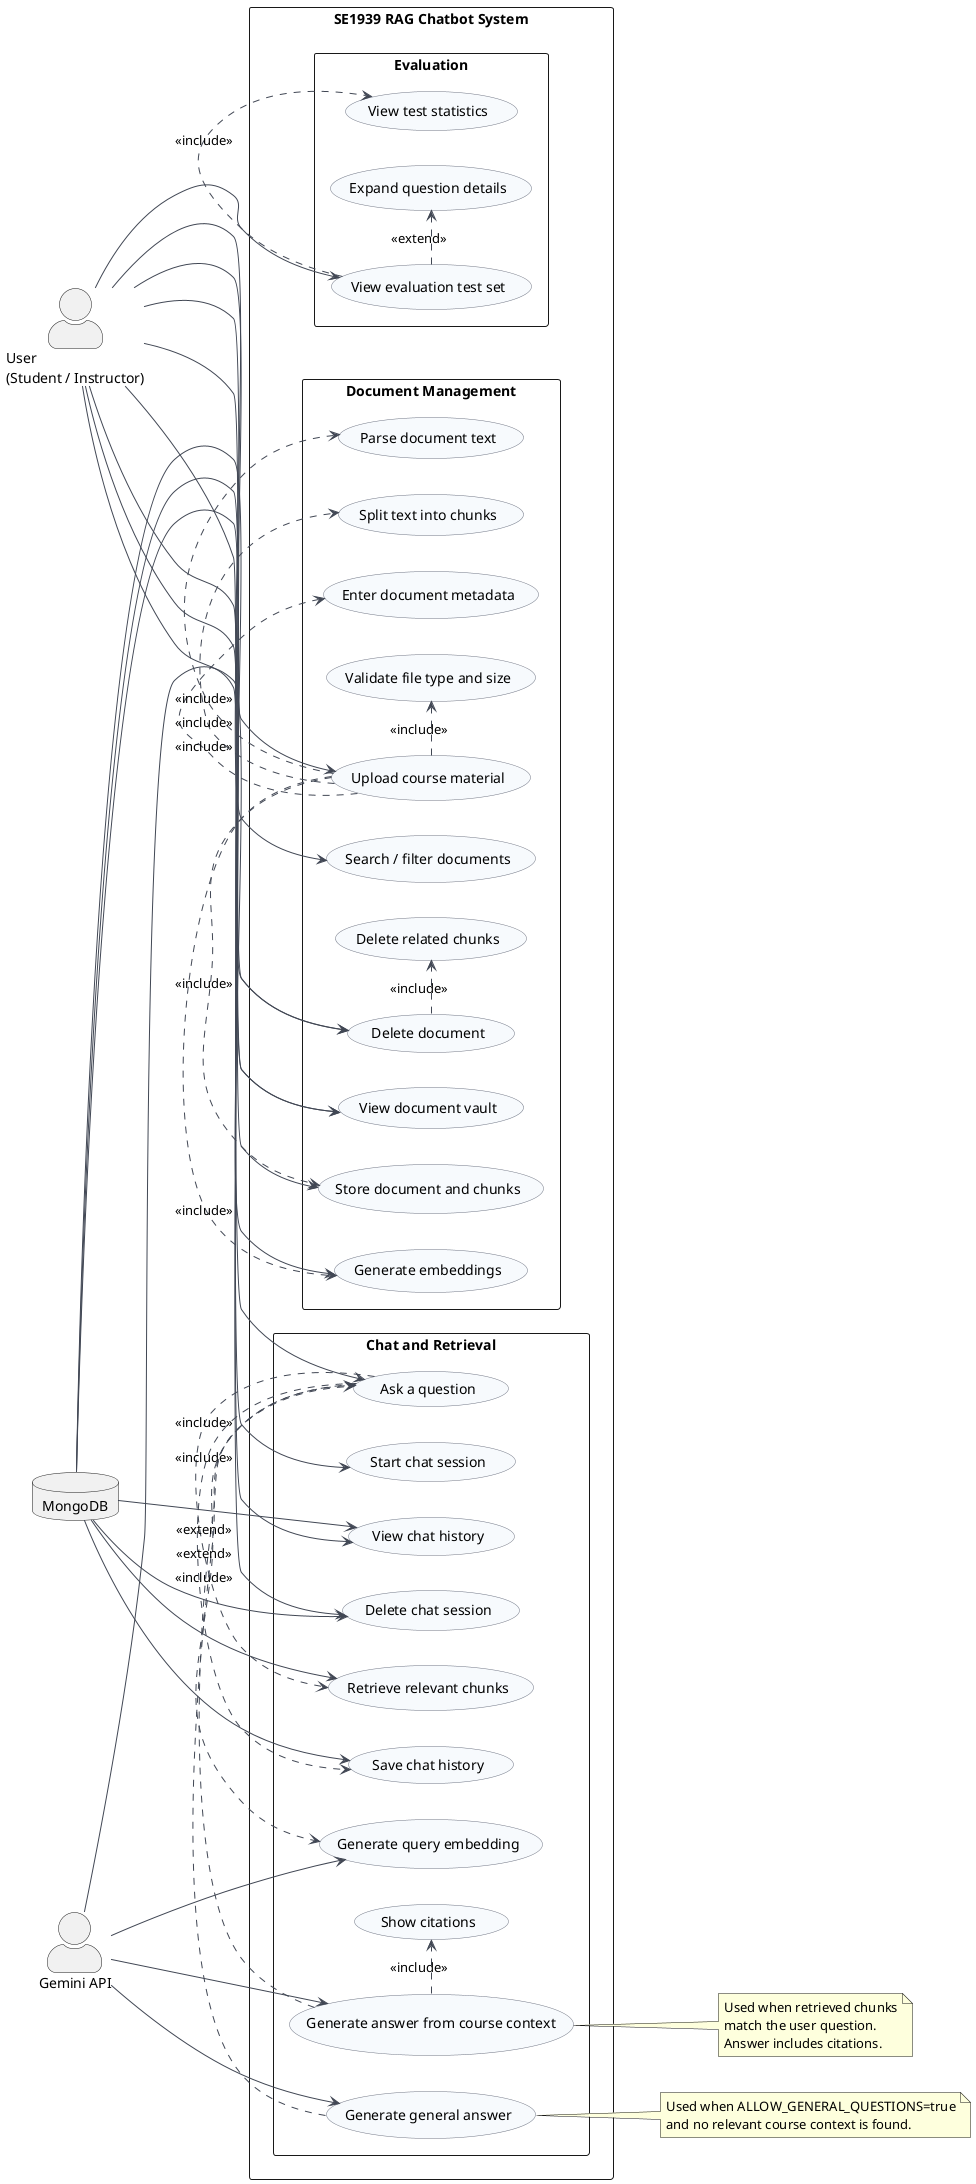
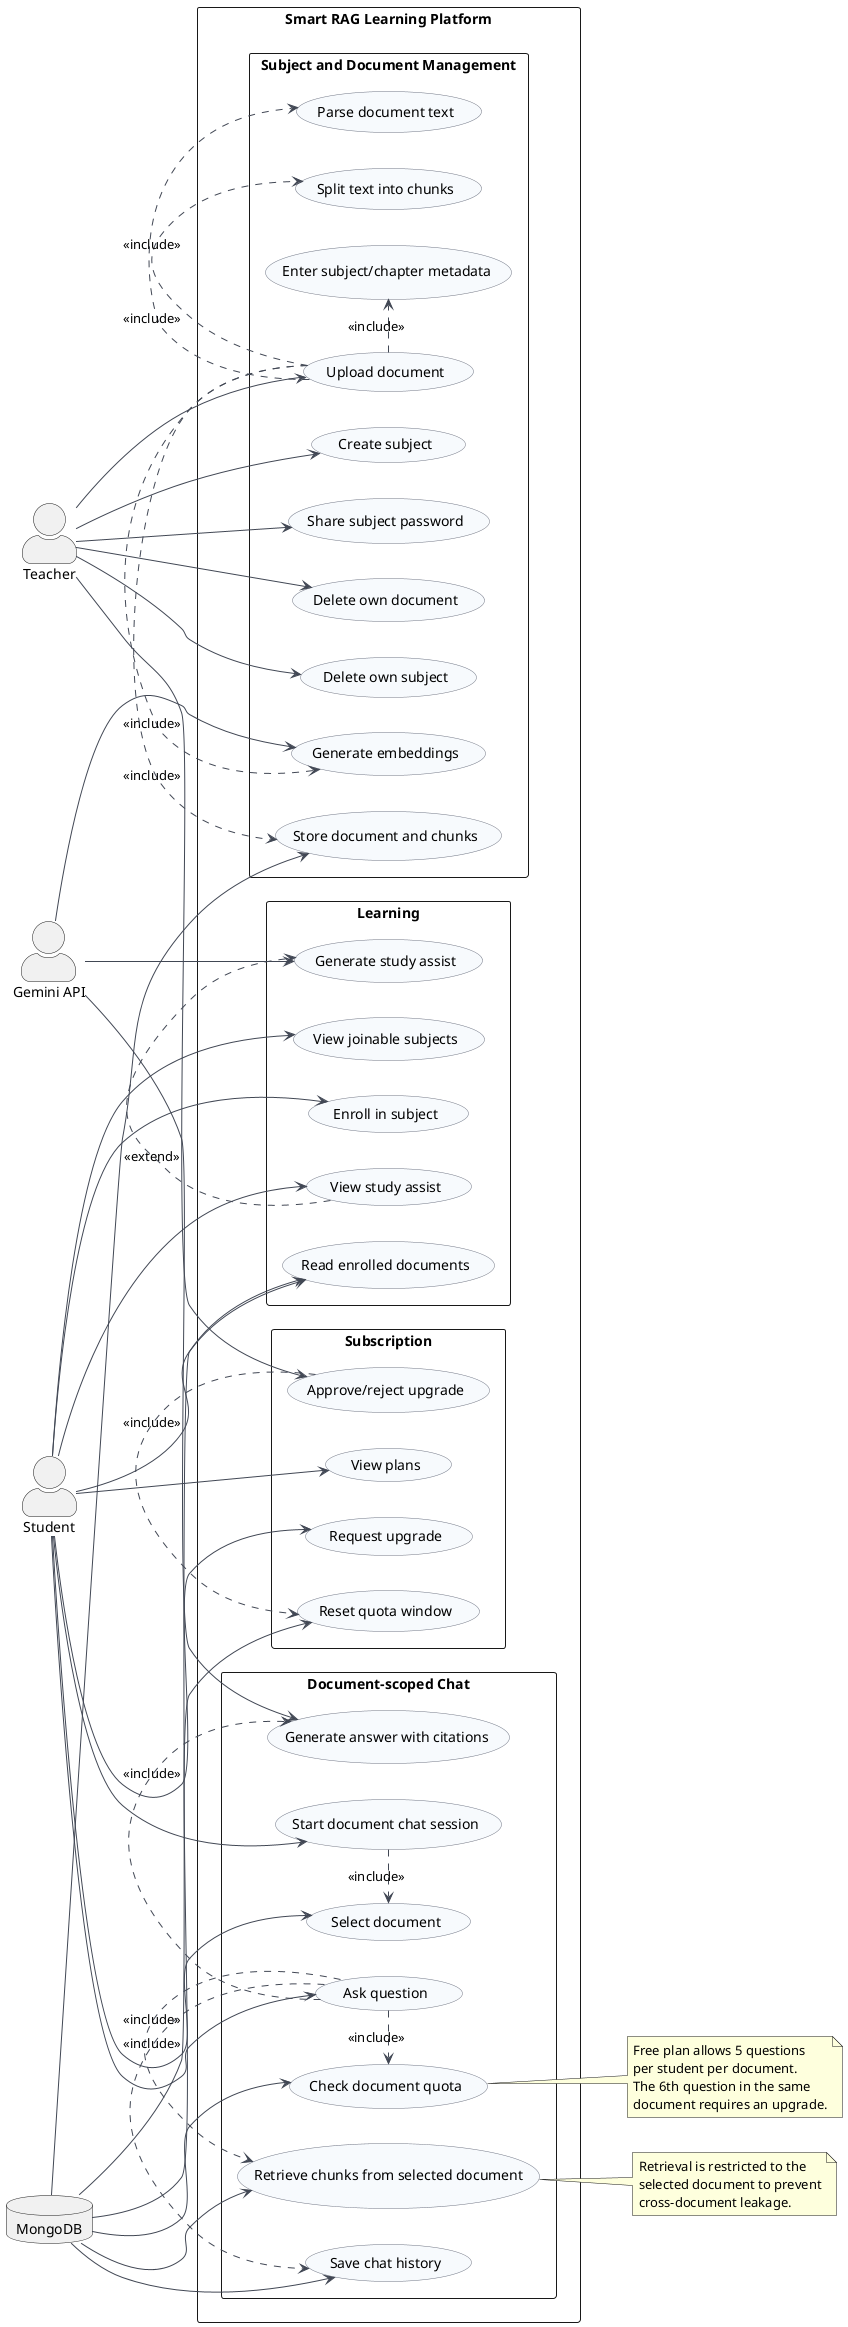
@startuml
left to right direction
skinparam packageStyle rectangle
skinparam actorStyle awesome
skinparam shadowing false
skinparam usecase {
  BackgroundColor #F7FAFD
  BorderColor #727785
  ArrowColor #414754
}

- actor "User\n(Student / Instructor)" as User
+ actor "Teacher" as Teacher
+ actor "Student" as Student
actor "Gemini API" as Gemini
database "MongoDB" as Mongo

- rectangle "SE1939 RAG Chatbot System" {
-   package "Document Management" {
-     usecase "Upload course material" as UC_Upload
-     usecase "Enter document metadata" as UC_Metadata
-     usecase "Validate file type and size" as UC_Validate
+ rectangle "Smart RAG Learning Platform" {
+   package "Subject and Document Management" {
+     usecase "Create subject" as UC_CreateSubject
+     usecase "Share subject password" as UC_SharePassword
+     usecase "Upload document" as UC_UploadDocument
+     usecase "Enter subject/chapter metadata" as UC_Metadata
+     usecase "Delete own document" as UC_DeleteDocument
+     usecase "Delete own subject" as UC_DeleteSubject
    usecase "Parse document text" as UC_Parse
    usecase "Split text into chunks" as UC_Chunk
    usecase "Generate embeddings" as UC_Embed
    usecase "Store document and chunks" as UC_StoreDoc
-     usecase "View document vault" as UC_ViewDocs
-     usecase "Search / filter documents" as UC_SearchDocs
-     usecase "Delete document" as UC_DeleteDoc
-     usecase "Delete related chunks" as UC_DeleteChunks
  }

-   package "Chat and Retrieval" {
-     usecase "Start chat session" as UC_StartChat
-     usecase "Ask a question" as UC_Ask
-     usecase "Generate query embedding" as UC_QueryEmbed
-     usecase "Retrieve relevant chunks" as UC_Retrieve
-     usecase "Generate answer from course context" as UC_ContextAnswer
-     usecase "Generate general answer" as UC_GeneralAnswer
-     usecase "Show citations" as UC_Citations
-     usecase "Save chat history" as UC_SaveChat
-     usecase "View chat history" as UC_ViewChat
-     usecase "Delete chat session" as UC_DeleteChat
+   package "Learning" {
+     usecase "View joinable subjects" as UC_ViewSubjects
+     usecase "Enroll in subject" as UC_Enroll
+     usecase "Read enrolled documents" as UC_ReadDocs
+     usecase "View study assist" as UC_Assist
+     usecase "Generate study assist" as UC_GenerateAssist
  }

-   package "Evaluation" {
-     usecase "View evaluation test set" as UC_TestSet
-     usecase "View test statistics" as UC_TestStats
-     usecase "Expand question details" as UC_TestDetail
+   package "Document-scoped Chat" {
+     usecase "Select document" as UC_SelectDocument
+     usecase "Start document chat session" as UC_StartChat
+     usecase "Ask question" as UC_Ask
+     usecase "Check document quota" as UC_CheckQuota
+     usecase "Retrieve chunks from selected document" as UC_Retrieve
+     usecase "Generate answer with citations" as UC_Answer
+     usecase "Save chat history" as UC_SaveChat
+   }
+ 
+   package "Subscription" {
+     usecase "View plans" as UC_ViewPlans
+     usecase "Request upgrade" as UC_RequestUpgrade
+     usecase "Approve/reject upgrade" as UC_ApproveUpgrade
+     usecase "Reset quota window" as UC_ResetQuota
  }
}

- User --> UC_Upload
- User --> UC_ViewDocs
- User --> UC_SearchDocs
- User --> UC_DeleteDoc
- User --> UC_StartChat
- User --> UC_Ask
- User --> UC_ViewChat
- User --> UC_DeleteChat
- User --> UC_TestSet
+ Teacher --> UC_CreateSubject
+ Teacher --> UC_SharePassword
+ Teacher --> UC_UploadDocument
+ Teacher --> UC_DeleteDocument
+ Teacher --> UC_DeleteSubject
+ Teacher --> UC_ApproveUpgrade

- UC_Upload .> UC_Metadata : <<include>>
- UC_Upload .> UC_Validate : <<include>>
- UC_Upload .> UC_Parse : <<include>>
- UC_Upload .> UC_Chunk : <<include>>
- UC_Upload .> UC_Embed : <<include>>
- UC_Upload .> UC_StoreDoc : <<include>>
+ Student --> UC_ViewSubjects
+ Student --> UC_Enroll
+ Student --> UC_ReadDocs
+ Student --> UC_Assist
+ Student --> UC_SelectDocument
+ Student --> UC_StartChat
+ Student --> UC_Ask
+ Student --> UC_ViewPlans
+ Student --> UC_RequestUpgrade

- UC_DeleteDoc .> UC_DeleteChunks : <<include>>
+ UC_UploadDocument .> UC_Metadata : <<include>>
+ UC_UploadDocument .> UC_Parse : <<include>>
+ UC_UploadDocument .> UC_Chunk : <<include>>
+ UC_UploadDocument .> UC_Embed : <<include>>
+ UC_UploadDocument .> UC_StoreDoc : <<include>>

- UC_Ask .> UC_QueryEmbed : <<include>>
+ UC_Assist .> UC_GenerateAssist : <<extend>>
+ UC_StartChat .> UC_SelectDocument : <<include>>
+ UC_Ask .> UC_CheckQuota : <<include>>
UC_Ask .> UC_Retrieve : <<include>>
+ UC_Ask .> UC_Answer : <<include>>
UC_Ask .> UC_SaveChat : <<include>>
- UC_ContextAnswer .> UC_Citations : <<include>>
- UC_ContextAnswer .> UC_Ask : <<extend>>
- UC_GeneralAnswer .> UC_Ask : <<extend>>
- 
- UC_TestSet .> UC_TestStats : <<include>>
- UC_TestSet .> UC_TestDetail : <<extend>>
+ UC_ApproveUpgrade .> UC_ResetQuota : <<include>>

Gemini --> UC_Embed
- Gemini --> UC_QueryEmbed
- Gemini --> UC_ContextAnswer
- Gemini --> UC_GeneralAnswer
+ Gemini --> UC_GenerateAssist
+ Gemini --> UC_Answer

Mongo --> UC_StoreDoc
+ Mongo --> UC_ReadDocs
Mongo --> UC_Retrieve
Mongo --> UC_SaveChat
- Mongo --> UC_ViewDocs
- Mongo --> UC_ViewChat
- Mongo --> UC_DeleteDoc
- Mongo --> UC_DeleteChat
+ Mongo --> UC_CheckQuota
+ Mongo --> UC_ResetQuota

- note right of UC_ContextAnswer
- Used when retrieved chunks
- match the user question.
- Answer includes citations.
+ note right of UC_CheckQuota
+ Free plan allows 5 questions
+ per student per document.
+ The 6th question in the same
+ document requires an upgrade.
end note

- note right of UC_GeneralAnswer
- Used when ALLOW_GENERAL_QUESTIONS=true
- and no relevant course context is found.
+ note right of UC_Retrieve
+ Retrieval is restricted to the
+ selected document to prevent
+ cross-document leakage.
end note

@enduml
